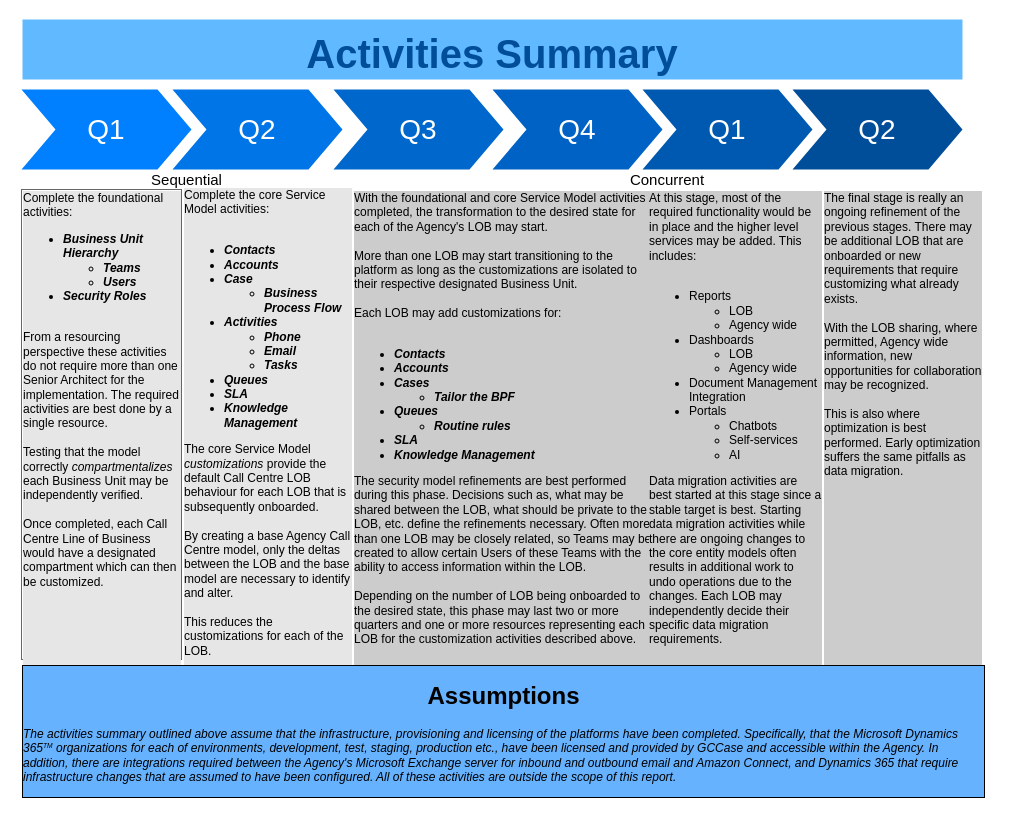
This is resources/images/timeline.drawio from hanyg/gitdemo, a draw.io file, before an edit. Source tidied: cells renumbered, new cells numbered last; positions are measured from the earlier drawing's top-left corner, leaving out a move shared by most shapes. Both pictures are drawn from the tidied source at 100%, with x=0, y=0 at pixel (17, 19).
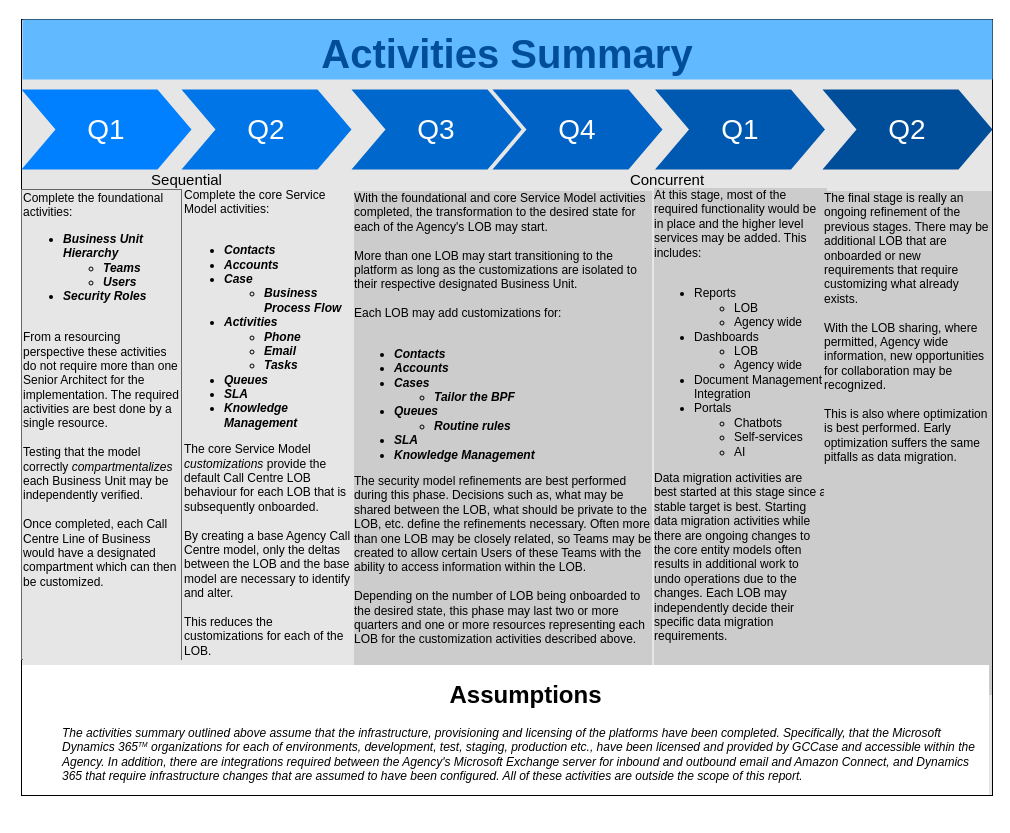
The same page after the edit.

The edit, as a diff of the source:
```diff
@@
 <mxGraphModel>
   <root>
     <mxCell id="0" />
     <mxCell id="1" parent="0" />
+    <mxCell id="17" style="rounded=0;whiteSpace=wrap;html=1;labelBackgroundColor=none;fontSize=15;fillColor=#E6E6E6;" parent="1" vertex="1">
+      <mxGeometry x="4" width="971" height="776" as="geometry" />
+    </mxCell>
     <mxCell id="2" value="Q1" style="shape=step;whiteSpace=wrap;html=1;fontSize=28;fillColor=#0080FF;fontColor=#FFFFFF;strokeColor=none;" parent="1" vertex="1">
       <mxGeometry x="4" y="70" width="170" height="80" as="geometry" />
     </mxCell>
     <mxCell id="3" value="Q2" style="shape=step;whiteSpace=wrap;html=1;fontSize=28;fillColor=#0075E8;fontColor=#FFFFFF;strokeColor=none;" parent="1" vertex="1">
-      <mxGeometry x="155" y="70" width="170" height="80" as="geometry" />
+      <mxGeometry x="164" y="70" width="170" height="80" as="geometry" />
     </mxCell>
     <mxCell id="4" value="Q3" style="shape=step;whiteSpace=wrap;html=1;fontSize=28;fillColor=#0067CC;fontColor=#FFFFFF;strokeColor=none;" parent="1" vertex="1">
-      <mxGeometry x="316" y="70" width="170" height="80" as="geometry" />
+      <mxGeometry x="334" y="70" width="170" height="80" as="geometry" />
     </mxCell>
     <mxCell id="5" value="Q4" style="shape=step;whiteSpace=wrap;html=1;fontSize=28;fillColor=#0062C4;fontColor=#FFFFFF;strokeColor=none;" parent="1" vertex="1">
       <mxGeometry x="475" y="70" width="170" height="80" as="geometry" />
     </mxCell>
     <mxCell id="6" value="Q1" style="shape=step;whiteSpace=wrap;html=1;fontSize=28;fillColor=#0059B0;fontColor=#FFFFFF;strokeColor=none;" parent="1" vertex="1">
-      <mxGeometry x="625" y="70" width="170" height="80" as="geometry" />
+      <mxGeometry x="637.5" y="70" width="170" height="80" as="geometry" />
     </mxCell>
     <mxCell id="7" value="Q2" style="shape=step;whiteSpace=wrap;html=1;fontSize=28;fillColor=#004D99;fontColor=#FFFFFF;strokeColor=none;" parent="1" vertex="1">
-      <mxGeometry x="775" y="70" width="170" height="80" as="geometry" />
+      <mxGeometry x="805" y="70" width="170" height="80" as="geometry" />
     </mxCell>
     <mxCell id="8" value="&lt;font style=&quot;font-size: 40px&quot;&gt;Activities Summary&lt;/font&gt;" style="text;html=1;strokeColor=none;fillColor=#61BAFF;align=center;verticalAlign=middle;whiteSpace=wrap;fontSize=54;fontStyle=1;fontColor=#004D99;" parent="1" vertex="1">
-      <mxGeometry x="5" width="940" height="60" as="geometry" />
+      <mxGeometry x="5" width="970" height="60" as="geometry" />
     </mxCell>
     <mxCell id="9" value="Complete the foundational activities:&lt;br&gt;&lt;ul&gt;&lt;li&gt;&lt;b&gt;&lt;i&gt;Business Unit Hierarchy&lt;/i&gt;&lt;/b&gt;&lt;/li&gt;&lt;ul&gt;&lt;li&gt;&lt;b&gt;&lt;i&gt;Teams&lt;/i&gt;&lt;/b&gt;&lt;/li&gt;&lt;li&gt;&lt;b&gt;&lt;i&gt;Users&lt;/i&gt;&lt;/b&gt;&lt;/li&gt;&lt;/ul&gt;&lt;li&gt;&lt;b&gt;&lt;i&gt;Security Roles&lt;/i&gt;&lt;/b&gt;&lt;/li&gt;&lt;/ul&gt;&lt;br&gt;From a resourcing perspective these activities do not require more than one Senior Architect for the implementation. The required activities are best done by a single resource.&amp;nbsp;&lt;br&gt;&lt;br&gt;Testing that the model correctly &lt;i&gt;&lt;font style=&quot;font-size: 12px&quot;&gt;compartmentalizes&lt;/font&gt;&lt;/i&gt; each Business Unit may be independently verified.&lt;br&gt;&lt;br&gt;Once completed, each Call Centre Line of Business would have a designated compartment which can then be customized.&lt;br&gt;&lt;br&gt;&lt;br&gt;&lt;br&gt;&lt;br&gt;&lt;br&gt;&lt;br&gt;&lt;br&gt;" style="text;spacingTop=-5;fillColor=#f5f5f5;whiteSpace=wrap;html=1;align=left;fontSize=12;fontFamily=Helvetica;fillColor=none;strokeColor=#666666;gradientColor=#b3b3b3;labelBackgroundColor=#E6E6E6;" parent="1" vertex="1">
       <mxGeometry x="4" y="170" width="160" height="470" as="geometry" />
     </mxCell>
     <mxCell id="10" value="Complete the core Service Model activities:&lt;br&gt;&lt;br&gt;&lt;ul&gt;&lt;li&gt;&lt;b&gt;&lt;i&gt;Contacts&lt;/i&gt;&lt;/b&gt;&lt;/li&gt;&lt;li&gt;&lt;b&gt;&lt;i&gt;Accounts&lt;/i&gt;&lt;/b&gt;&lt;/li&gt;&lt;li&gt;&lt;b&gt;&lt;i&gt;Case&lt;/i&gt;&lt;/b&gt;&lt;/li&gt;&lt;ul&gt;&lt;li&gt;&lt;b&gt;&lt;i&gt;Business Process Flow&lt;/i&gt;&lt;/b&gt;&lt;/li&gt;&lt;/ul&gt;&lt;li&gt;&lt;b&gt;&lt;i&gt;Activities&lt;/i&gt;&lt;/b&gt;&lt;/li&gt;&lt;ul&gt;&lt;li&gt;&lt;b&gt;&lt;i&gt;Phone&lt;/i&gt;&lt;/b&gt;&lt;/li&gt;&lt;li&gt;&lt;b&gt;&lt;i&gt;Email&lt;/i&gt;&lt;/b&gt;&lt;/li&gt;&lt;li&gt;&lt;b&gt;&lt;i&gt;Tasks&lt;/i&gt;&lt;/b&gt;&lt;/li&gt;&lt;/ul&gt;&lt;li&gt;&lt;b&gt;&lt;i&gt;Queues&lt;/i&gt;&lt;/b&gt;&lt;/li&gt;&lt;li&gt;&lt;b&gt;&lt;i&gt;SLA&lt;/i&gt;&lt;/b&gt;&lt;/li&gt;&lt;li&gt;&lt;b&gt;&lt;i&gt;Knowledge Management&lt;/i&gt;&lt;/b&gt;&lt;/li&gt;&lt;/ul&gt;&lt;div&gt;The core Service Model &lt;i&gt;customizations&lt;/i&gt; provide the default Call Centre LOB behaviour for each LOB that is subsequently onboarded.&lt;/div&gt;&lt;div&gt;&lt;br&gt;&lt;/div&gt;&lt;div&gt;By creating a base Agency Call Centre model, only the deltas between the LOB and the base model are necessary to identify and alter.&lt;/div&gt;&lt;div&gt;&lt;br&gt;&lt;/div&gt;&lt;div&gt;This reduces the customizations for each of the LOB.&lt;/div&gt;&lt;div&gt;&lt;br&gt;&lt;/div&gt;&lt;div&gt;&lt;br&gt;&lt;/div&gt;&lt;div&gt;&lt;br&gt;&lt;/div&gt;&lt;div&gt;&lt;br&gt;&lt;/div&gt;" style="text;spacingTop=-5;fillColor=#ffffff;whiteSpace=wrap;html=1;align=left;fontSize=12;fontFamily=Helvetica;fillColor=none;strokeColor=none;labelBackgroundColor=#E6E6E6;" parent="1" vertex="1">
       <mxGeometry x="165" y="167" width="170" height="470" as="geometry" />
     </mxCell>
     <mxCell id="11" value="With the foundational and core Service Model activities completed, the transformation to the desired state for each of the Agency's LOB may start.&amp;nbsp;&lt;br&gt;&lt;br&gt;More than one LOB may start transitioning to the platform as long as the customizations are isolated to their respective designated Business Unit.&amp;nbsp;&lt;br&gt;&lt;br&gt;Each LOB may add customizations for:&lt;br&gt;&lt;br&gt;&lt;ul&gt;&lt;li&gt;&lt;b&gt;&lt;i&gt;Contacts&lt;/i&gt;&lt;/b&gt;&lt;/li&gt;&lt;li&gt;&lt;b&gt;&lt;i&gt;Accounts&lt;/i&gt;&lt;/b&gt;&lt;/li&gt;&lt;li&gt;&lt;b&gt;&lt;i&gt;Cases&lt;/i&gt;&lt;/b&gt;&lt;/li&gt;&lt;ul&gt;&lt;li&gt;&lt;span&gt;&lt;b&gt;&lt;i&gt;Tailor the BPF&lt;/i&gt;&lt;/b&gt;&lt;/span&gt;&lt;/li&gt;&lt;/ul&gt;&lt;li&gt;&lt;b&gt;&lt;i&gt;Queues&lt;/i&gt;&lt;/b&gt;&lt;/li&gt;&lt;ul&gt;&lt;li&gt;&lt;b&gt;&lt;i&gt;Routine rules&lt;/i&gt;&lt;/b&gt;&lt;/li&gt;&lt;/ul&gt;&lt;li&gt;&lt;b&gt;&lt;i&gt;SLA&lt;/i&gt;&lt;/b&gt;&lt;/li&gt;&lt;li&gt;&lt;b&gt;&lt;i&gt;Knowledge Management&lt;/i&gt;&lt;/b&gt;&lt;/li&gt;&lt;/ul&gt;The security model refinements are best performed during this phase. Decisions such as, what may be shared between the LOB, what should be private to the LOB, etc. define the refinements necessary. Often more than one LOB may be closely related, so Teams may be created to allow certain Users of these Teams with the ability to access information within the LOB.&lt;br&gt;&lt;br&gt;Depending on the number of LOB being onboarded to the desired state, this phase may last two or more quarters and one or more resources representing each LOB for the customization activities described above.&lt;br&gt;&lt;br&gt;&lt;br&gt;&lt;br&gt;&lt;br&gt;" style="text;spacingTop=-5;fillColor=#ffffff;whiteSpace=wrap;html=1;align=left;fontSize=12;fontFamily=Helvetica;fillColor=none;strokeColor=none;labelBackgroundColor=#CCCCCC;" parent="1" vertex="1">
       <mxGeometry x="335" y="170" width="300" height="470" as="geometry" />
     </mxCell>
     <mxCell id="12" value="At this stage, most of the required functionality would be in place and the higher level services may be added. This includes:&lt;br&gt;&lt;br&gt;&lt;ul&gt;&lt;li&gt;Reports&lt;/li&gt;&lt;ul&gt;&lt;li&gt;LOB&lt;/li&gt;&lt;li&gt;Agency wide&lt;/li&gt;&lt;/ul&gt;&lt;li&gt;Dashboards&lt;/li&gt;&lt;ul&gt;&lt;li&gt;LOB&lt;/li&gt;&lt;li&gt;Agency wide&lt;/li&gt;&lt;/ul&gt;&lt;li&gt;Document Management Integration&lt;/li&gt;&lt;li&gt;Portals&lt;/li&gt;&lt;ul&gt;&lt;li&gt;Chatbots&lt;/li&gt;&lt;li&gt;Self-services&lt;/li&gt;&lt;li&gt;AI&lt;/li&gt;&lt;/ul&gt;&lt;/ul&gt;&lt;div&gt;Data migration activities are best started at this stage since a stable target is best. Starting data migration activities while there are ongoing changes to the core entity models often results in additional work to undo operations due to the changes. Each LOB may independently decide their specific data migration requirements.&lt;/div&gt;&lt;div&gt;&lt;br&gt;&lt;/div&gt;&lt;div&gt;&lt;br&gt;&lt;/div&gt;&lt;div&gt;&lt;br&gt;&lt;/div&gt;&lt;div&gt;&lt;br&gt;&lt;/div&gt;&lt;div&gt;&lt;br&gt;&lt;/div&gt;" style="text;spacingTop=-5;fillColor=#ffffff;whiteSpace=wrap;html=1;align=left;fontSize=12;fontFamily=Helvetica;fillColor=none;strokeColor=none;labelBackgroundColor=#CCCCCC;" parent="1" vertex="1">
-      <mxGeometry x="630" y="170" width="175" height="470" as="geometry" />
+      <mxGeometry x="635" y="167" width="175" height="470" as="geometry" />
     </mxCell>
     <mxCell id="13" value="The final stage is really an ongoing refinement of the previous stages. There may be additional LOB that are onboarded or new requirements that require customizing what already exists.&amp;nbsp;&lt;br&gt;&lt;br&gt;With the LOB sharing, where permitted, Agency wide information, new opportunities for collaboration may be recognized.&amp;nbsp;&lt;br&gt;&lt;br&gt;This is also where optimization is best performed. Early optimization suffers the same pitfalls as data migration.&amp;nbsp;&lt;br&gt;&lt;br&gt;&lt;br&gt;&lt;br&gt;&lt;br&gt;&lt;br&gt;&lt;br&gt;&lt;br&gt;&lt;br&gt;&lt;br&gt;&lt;br&gt;&lt;br&gt;&lt;br&gt;&lt;br&gt;&lt;br&gt;&lt;br&gt;&lt;br&gt;" style="text;spacingTop=-5;fillColor=#ffffff;whiteSpace=wrap;html=1;align=left;fontSize=12;fontFamily=Helvetica;fillColor=none;strokeColor=none;labelBackgroundColor=#CCCCCC;" parent="1" vertex="1">
-      <mxGeometry x="805" y="170" width="160" height="506" as="geometry" />
+      <mxGeometry x="805" y="170" width="170" height="506" as="geometry" />
     </mxCell>
-    <mxCell id="14" value="&lt;h1 style=&quot;text-align: center&quot;&gt;Assumptions&lt;/h1&gt;&lt;p&gt;&lt;i&gt;&lt;font style=&quot;font-size: 12px&quot;&gt;The activities summary outlined above assume that the infrastructure, provisioning and licensing of the platforms have been completed. Specifically, that the Microsoft Dynamics 365&lt;/font&gt;&lt;font style=&quot;font-size: 8px&quot;&gt;&lt;sup&gt;TM&lt;/sup&gt;&lt;/font&gt;&lt;span&gt;&amp;nbsp;organizations for each of environments, development, test, staging, production etc., have been licensed and provided by GCCase and accessible within the Agency. In addition, there are integrations required between the Agency's Microsoft Exchange server for inbound and outbound email and Amazon Connect, and Dynamics 365 that require infrastructure changes that are assumed to have been configured. All of these activities are outside the scope of this report.&lt;/span&gt;&lt;/i&gt;&lt;/p&gt;" style="text;html=1;strokeColor=none;fillColor=none;spacing=5;spacingTop=-20;whiteSpace=wrap;overflow=hidden;rounded=0;labelBackgroundColor=#66B2FF;labelBorderColor=#000000;" parent="1" vertex="1">
-      <mxGeometry y="656" width="971" height="140" as="geometry" />
+    <mxCell id="14" value="&lt;blockquote style=&quot;margin: 0 0 0 40px ; border: none ; padding: 0px&quot;&gt;&lt;h1 style=&quot;text-align: center&quot;&gt;Assumptions&lt;/h1&gt;&lt;p&gt;&lt;i&gt;&lt;font style=&quot;font-size: 12px&quot;&gt;The activities summary outlined above assume that the infrastructure, provisioning and licensing of the platforms have been completed. Specifically, that the Microsoft Dynamics 365&lt;/font&gt;&lt;font style=&quot;font-size: 8px&quot;&gt;&lt;sup&gt;TM&lt;/sup&gt;&lt;/font&gt;&lt;span&gt;&amp;nbsp;organizations for each of environments, development, test, staging, production etc., have been licensed and provided by GCCase and accessible within the Agency. In addition, there are integrations required between the Agency's Microsoft Exchange server for inbound and outbound email and Amazon Connect, and Dynamics 365 that require infrastructure changes that are assumed to have been configured. All of these activities are outside the scope of this report.&lt;/span&gt;&lt;/i&gt;&lt;/p&gt;&lt;/blockquote&gt;" style="text;html=1;strokeColor=none;fillColor=none;spacing=5;spacingTop=-20;whiteSpace=wrap;overflow=hidden;rounded=0;labelBackgroundColor=#FFFFFF;labelBorderColor=none;" parent="1" vertex="1">
+      <mxGeometry y="656" width="975" height="120" as="geometry" />
     </mxCell>
     <mxCell id="15" value="Sequential" style="text;html=1;strokeColor=none;fillColor=none;align=center;verticalAlign=middle;whiteSpace=wrap;rounded=0;labelBackgroundColor=none;fontSize=15;" parent="1" vertex="1">
       <mxGeometry x="4" y="150" width="331" height="20" as="geometry" />
     </mxCell>
     <mxCell id="16" value="Concurrent" style="text;html=1;strokeColor=none;fillColor=none;align=center;verticalAlign=middle;whiteSpace=wrap;rounded=0;labelBackgroundColor=none;fontSize=15;" parent="1" vertex="1">
       <mxGeometry x="335" y="150" width="630" height="20" as="geometry" />
     </mxCell>
   </root>
 </mxGraphModel>
```
